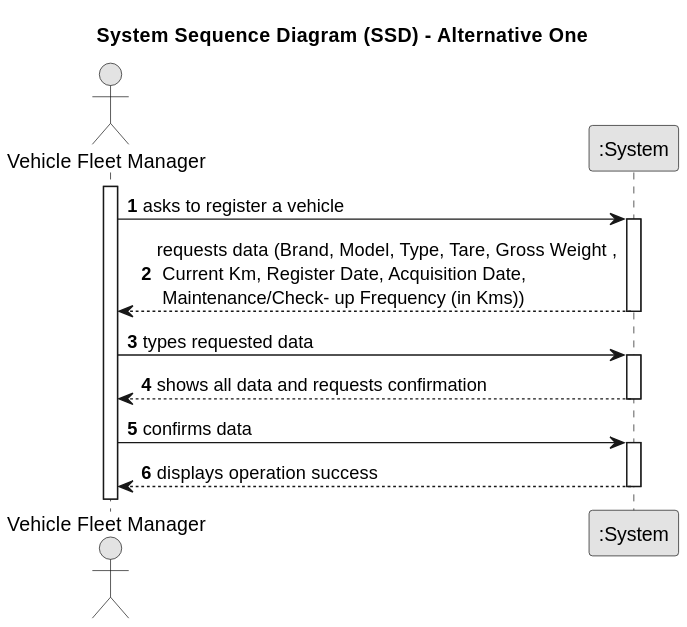
Before: docs/sprintC/us021/01.requirements-engineering/svg/us006-system-sequence-diagram-alternative-one.svg, a diagram exported from PlantUML (Departamento-de-Engenharia-Informatica/lei-24-s2-1dl-g121). Its diagram source:
```plantuml
@startuml
skinparam monochrome true
skinparam packageStyle rectangle
skinparam shadowing false

title System Sequence Diagram (SSD) - Alternative One

autonumber

actor "Vehicle Fleet Manager" as Employee
participant ":System" as System

activate Employee

    Employee -> System : asks to register a vehicle
    activate System

        System --> Employee : requests data (Brand, Model, Type, Tare, Gross Weight ,\n Current Km, Register Date, Acquisition Date,\n Maintenance/Check- up Frequency (in Kms))
    deactivate System

    Employee -> System : types requested data
    activate System

        System --> Employee : shows all data and requests confirmation
    deactivate System

    Employee -> System : confirms data
    activate System

        System --> Employee : displays operation success
    deactivate System
@enduml
```
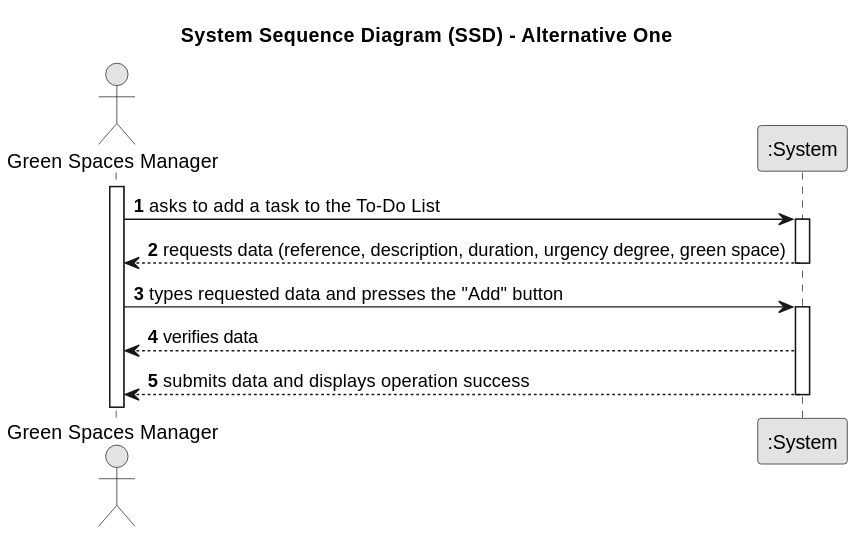
Above is the later version.

Diff of the diagram source:
```diff
@@ -7,26 +7,22 @@
 
 autonumber
 
-actor "Vehicle Fleet Manager" as Employee
+actor "Green Spaces Manager" as Employee
 participant ":System" as System
 
 activate Employee
 
-    Employee -> System : asks to register a vehicle
+    Employee -> System : asks to add a task to the To-Do List
     activate System
 
-        System --> Employee : requests data (Brand, Model, Type, Tare, Gross Weight ,\n Current Km, Register Date, Acquisition Date,\n Maintenance/Check- up Frequency (in Kms))
+        System --> Employee : requests data (reference, description, duration, urgency degree, green space)
     deactivate System
 
-    Employee -> System : types requested data
+    Employee -> System : types requested data and presses the "Add" button
     activate System
 
-        System --> Employee : shows all data and requests confirmation
-    deactivate System
+        System --> Employee : verifies data
 
-    Employee -> System : confirms data
-    activate System
-
-        System --> Employee : displays operation success
+        System --> Employee : submits data and displays operation success
     deactivate System
 @enduml
```
